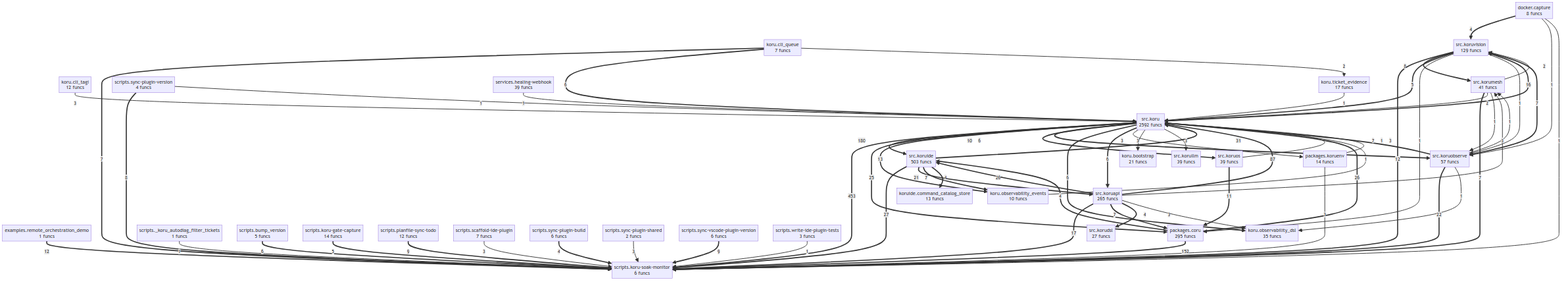
Before: project/compact_flow.png, a diagram exported from Mermaid (semcod/koru). Its source is kept beside it as project/compact_flow.mmd.
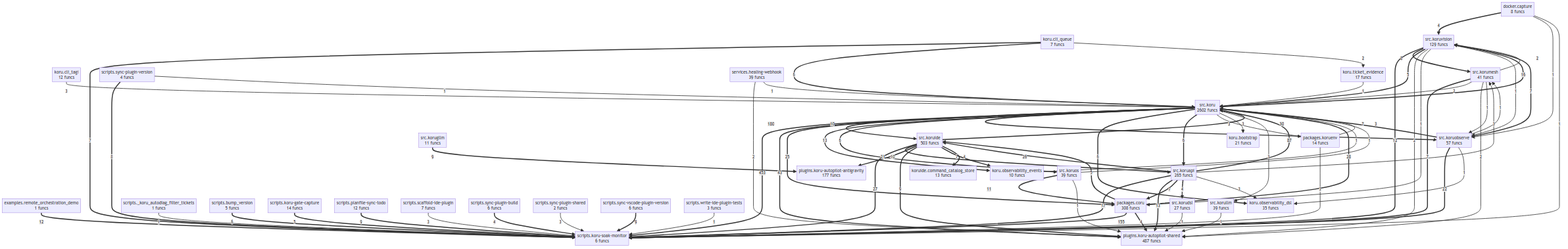
Later version of the same file.

What changed in the source:
```diff
@@ -8,8 +8,10 @@
     koru__observability_events["koru.observability_events<br/>10 funcs"]
     koru__ticket_evidence["koru.ticket_evidence<br/>17 funcs"]
     koruide__command_catalog_store["koruide.command_catalog_store<br/>13 funcs"]
-    packages__coru["packages.coru<br/>295 funcs"]
+    packages__coru["packages.coru<br/>308 funcs"]
     packages__koruenv["packages.koruenv<br/>14 funcs"]
+    plugins__koru_autopilot_antigravity["plugins.koru-autopilot-antigravity<br/>177 funcs"]
+    plugins__koru_autopilot_shared["plugins.koru-autopilot-shared<br/>487 funcs"]
     scripts___koru_autodiag_filter_tickets["scripts._koru_autodiag_filter_tickets<br/>1 funcs"]
     scripts__bump_version["scripts.bump_version<br/>5 funcs"]
     scripts__koru_gate_capture["scripts.koru-gate-capture<br/>14 funcs"]
@@ -22,9 +24,10 @@
     scripts__sync_vscode_plugin_version["scripts.sync-vscode-plugin-version<br/>6 funcs"]
     scripts__write_ide_plugin_tests["scripts.write-ide-plugin-tests<br/>3 funcs"]
     services__healing_webhook["services.healing-webhook<br/>39 funcs"]
-    src__koru["src.koru<br/>2592 funcs"]
+    src__koru["src.koru<br/>2602 funcs"]
     src__koruapi["src.koruapi<br/>265 funcs"]
     src__korudsl["src.korudsl<br/>27 funcs"]
+    src__korugllm["src.korugllm<br/>11 funcs"]
     src__koruide["src.koruide<br/>503 funcs"]
     src__korullm["src.korullm<br/>39 funcs"]
     src__korumesh["src.korumesh<br/>41 funcs"]
@@ -33,24 +36,29 @@
     src__koruvision["src.koruvision<br/>129 funcs"]
     src__koru ==>|453| scripts__koru_soak_monitor
     src__koru ==>|180| src__koruide
-    packages__coru ==>|152| scripts__koru_soak_monitor
+    packages__coru ==>|155| scripts__koru_soak_monitor
     src__koruapi ==>|87| src__koru
-    src__koruide ==>|31| src__koru
+    src__koru ==>|43| plugins__koru_autopilot_shared
+    src__koruide ==>|30| src__koru
+    packages__coru ==>|28| src__koru
     src__koruide ==>|27| scripts__koru_soak_monitor
-    packages__coru ==>|26| src__koru
     src__koruapi ==>|26| src__koruide
     src__koru ==>|25| packages__coru
     src__koruobserve ==>|22| scripts__koru_soak_monitor
     src__koruide ==>|21| src__koruapi
     src__koruapi ==>|17| scripts__koru_soak_monitor
     src__koru ==>|16| src__koruvision
+    src__koruapi ==>|13| plugins__koru_autopilot_shared
     src__koru ==>|13| koru__observability_events
     examples__remote_orchestration_demo ==>|12| scripts__koru_soak_monitor
     src__koruvision ==>|12| scripts__koru_soak_monitor
     src__koruos ==>|11| packages__coru
+    src__koruide ==>|10| plugins__koru_autopilot_antigravity
     src__koru ==>|10| src__koruobserve
+    src__koruide ==>|9| plugins__koru_autopilot_shared
     scripts__planfile_sync_todo ==>|9| scripts__koru_soak_monitor
     scripts__sync_vscode_plugin_version ==>|9| scripts__koru_soak_monitor
+    src__korugllm ==>|9| plugins__koru_autopilot_antigravity
     src__koruvision ==>|8| src__korumesh
     scripts__sync_plugin_version ==>|8| scripts__koru_soak_monitor
     src__koruobserve ==>|7| src__koru
@@ -64,9 +72,10 @@
     src__koru ==>|6| src__koruapi
     koru__cli_queue ==>|6| src__koru
     scripts__bump_version ==>|6| scripts__koru_soak_monitor
+    packages__coru ==>|5| src__koruide
     src__koruvision ==>|5| src__koru
     scripts__koru_gate_capture ==>|5| scripts__koru_soak_monitor
-    packages__coru ==>|4| src__koruide
+    packages__coru ==>|4| plugins__koru_autopilot_shared
     src__koruapi ==>|4| src__korudsl
     src__koruide ==>|4| koruide__command_catalog_store
     docker__capture ==>|4| src__koruvision
@@ -81,13 +90,19 @@
     koru__cli_tagi -->|3| src__koru
     scripts__sync_plugin_shared -->|3| scripts__koru_soak_monitor
     scripts__scaffold_ide_plugin -->|3| scripts__koru_soak_monitor
+    services__healing_webhook -->|2| plugins__koru_autopilot_shared
+    src__koruvision -->|2| plugins__koru_autopilot_shared
     src__korumesh -->|2| src__koru
     src__korumesh -->|2| src__koruvision
+    src__korumesh -->|2| plugins__koru_autopilot_shared
     koru__cli_queue -->|2| koru__ticket_evidence
     services__healing_webhook -->|1| src__koru
     src__koruobserve -->|1| src__korumesh
     src__koruobserve -->|1| koru__observability_dsl
+    src__koruos -->|1| plugins__koru_autopilot_shared
     src__koruos -->|1| src__koru
+    src__korudsl -->|1| plugins__koru_autopilot_shared
+    src__korullm -->|1| plugins__koru_autopilot_shared
     src__koruvision -->|1| packages__coru
     src__koruvision -->|1| src__koruobserve
     src__korumesh -->|1| src__koruobserve
```
